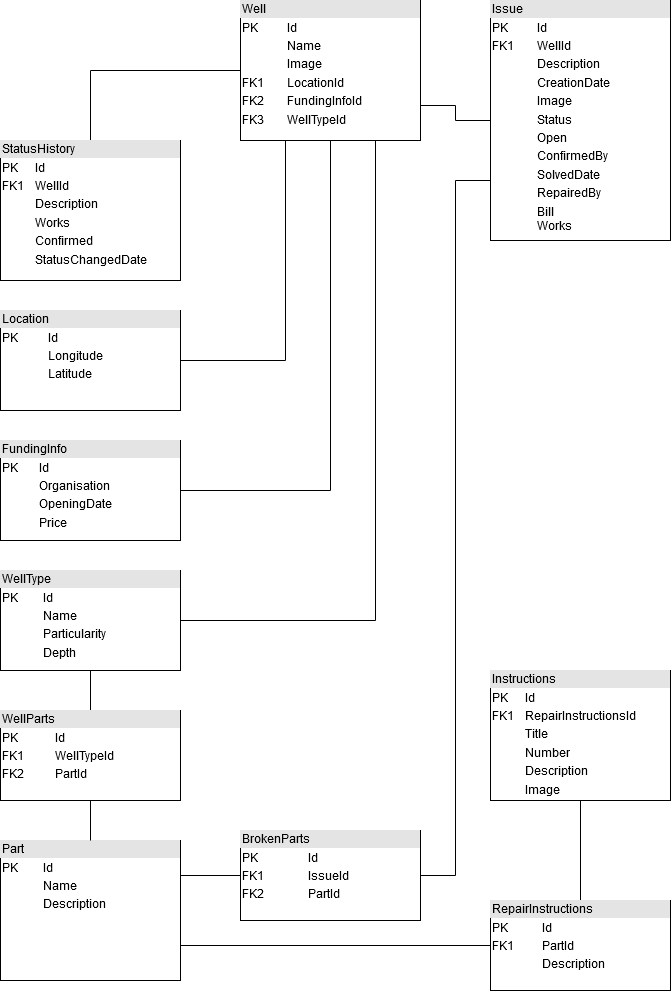
This is docs/data-structure/ERM.png from martinneumann/maph, a draw.io export, as it was before one commit. Source tidied: cells renumbered, new cells last; positions are measured from the earlier drawing's top-left corner, leaving out a move shared by most shapes.
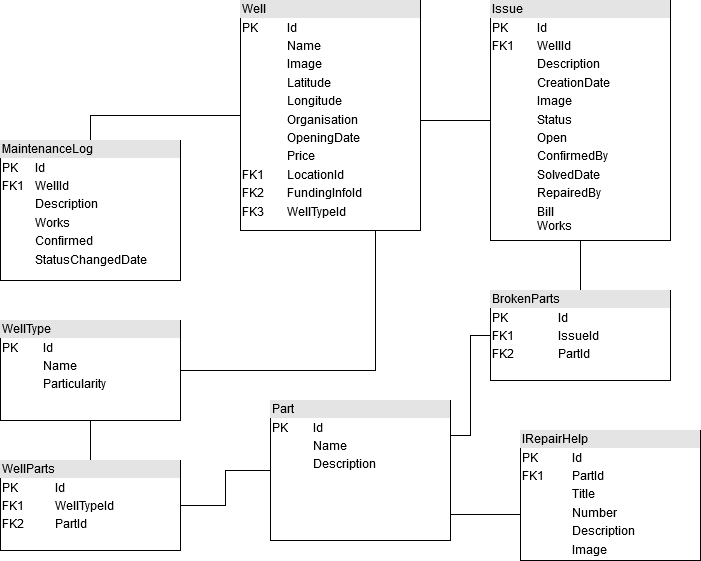
Later version of the same file.

Change to the diagram source:
```diff
@@ -3,75 +3,60 @@
     <mxCell id="0" />
     <mxCell id="1" parent="0" />
     <mxCell id="2" style="edgeStyle=orthogonalEdgeStyle;rounded=0;jettySize=auto;html=1;exitX=1;exitY=0.75;exitDx=0;exitDy=0;entryX=0;entryY=0.5;entryDx=0;entryDy=0;endArrow=none;endFill=0;" parent="1" edge="1" source="7" target="13">
-      <mxGeometry relative="1" as="geometry" />
+      <mxGeometry relative="1" as="geometry">
+        <Array as="points">
+          <mxPoint x="420" y="120" />
+        </Array>
+      </mxGeometry>
     </mxCell>
     <mxCell id="3" style="edgeStyle=orthogonalEdgeStyle;rounded=0;jettySize=auto;html=1;exitX=0;exitY=0.5;exitDx=0;exitDy=0;entryX=0.5;entryY=0;entryDx=0;entryDy=0;endArrow=none;endFill=0;" parent="1" edge="1" source="7" target="21">
       <mxGeometry relative="1" as="geometry" />
     </mxCell>
-    <mxCell id="4" style="edgeStyle=orthogonalEdgeStyle;rounded=0;jettySize=auto;html=1;exitX=0.25;exitY=1;exitDx=0;exitDy=0;entryX=1;entryY=0.5;entryDx=0;entryDy=0;endArrow=none;endFill=0;" parent="1" edge="1" source="7" target="20">
-      <mxGeometry relative="1" as="geometry" />
-    </mxCell>
-    <mxCell id="5" style="edgeStyle=orthogonalEdgeStyle;rounded=0;jettySize=auto;html=1;exitX=0.5;exitY=1;exitDx=0;exitDy=0;entryX=1;entryY=0.5;entryDx=0;entryDy=0;endArrow=none;endFill=0;" parent="1" edge="1" source="7" target="8">
-      <mxGeometry relative="1" as="geometry" />
-    </mxCell>
     <mxCell id="6" style="edgeStyle=orthogonalEdgeStyle;rounded=0;jettySize=auto;html=1;exitX=0.75;exitY=1;exitDx=0;exitDy=0;entryX=1;entryY=0.5;entryDx=0;entryDy=0;endArrow=none;endFill=0;" parent="1" edge="1" source="7" target="10">
       <mxGeometry relative="1" as="geometry" />
     </mxCell>
-    <mxCell id="7" value="&lt;div style=&quot;box-sizing: border-box ; width: 100% ; background: #e4e4e4 ; padding: 2px&quot;&gt;Well&lt;/div&gt;&lt;table style=&quot;width: 100% ; font-size: 1em&quot; cellspacing=&quot;0&quot; cellpadding=&quot;2&quot;&gt;&lt;tbody&gt;&lt;tr&gt;&lt;td&gt;PK&lt;/td&gt;&lt;td&gt;Id&lt;/td&gt;&lt;/tr&gt;&lt;tr&gt;&lt;td&gt;&lt;br&gt;&lt;/td&gt;&lt;td&gt;Name&lt;/td&gt;&lt;/tr&gt;&lt;tr&gt;&lt;td&gt;&lt;br&gt;&lt;/td&gt;&lt;td&gt;Image&lt;br&gt;&lt;/td&gt;&lt;/tr&gt;&lt;tr&gt;&lt;td&gt;FK1&lt;br&gt;&lt;/td&gt;&lt;td&gt;LocationId&lt;br&gt;&lt;/td&gt;&lt;/tr&gt;&lt;tr&gt;&lt;td&gt;FK2&lt;br&gt;&lt;/td&gt;&lt;td&gt;FundingInfoId&lt;br&gt;&lt;/td&gt;&lt;/tr&gt;&lt;tr&gt;&lt;td&gt;FK3&lt;br&gt;&lt;/td&gt;&lt;td&gt;WellTypeId&lt;br&gt;&lt;/td&gt;&lt;/tr&gt;&lt;/tbody&gt;&lt;/table&gt;" style="verticalAlign=top;align=left;overflow=fill;html=1;" parent="1" vertex="1">
-      <mxGeometry x="240" width="180" height="140" as="geometry" />
+    <mxCell id="7" value="&lt;div style=&quot;box-sizing: border-box ; width: 100% ; background: #e4e4e4 ; padding: 2px&quot;&gt;Well&lt;/div&gt;&lt;table style=&quot;width: 100% ; font-size: 1em&quot; cellspacing=&quot;0&quot; cellpadding=&quot;2&quot;&gt;&lt;tbody&gt;&lt;tr&gt;&lt;td&gt;PK&lt;/td&gt;&lt;td&gt;Id&lt;/td&gt;&lt;/tr&gt;&lt;tr&gt;&lt;td&gt;&lt;br&gt;&lt;/td&gt;&lt;td&gt;Name&lt;/td&gt;&lt;/tr&gt;&lt;tr&gt;&lt;td&gt;&lt;br&gt;&lt;/td&gt;&lt;td&gt;Image&lt;br&gt;&lt;/td&gt;&lt;/tr&gt;&lt;tr&gt;&lt;td&gt;&lt;br&gt;&lt;/td&gt;&lt;td&gt;Latitude&lt;br&gt;&lt;/td&gt;&lt;/tr&gt;&lt;tr&gt;&lt;td&gt;&lt;br&gt;&lt;/td&gt;&lt;td&gt;Longitude&lt;br&gt;&lt;/td&gt;&lt;/tr&gt;&lt;tr&gt;&lt;td&gt;&lt;br&gt;&lt;/td&gt;&lt;td&gt;Organisation&lt;br&gt;&lt;/td&gt;&lt;/tr&gt;&lt;tr&gt;&lt;td&gt;&lt;br&gt;&lt;/td&gt;&lt;td&gt;OpeningDate&lt;br&gt;&lt;/td&gt;&lt;/tr&gt;&lt;tr&gt;&lt;td&gt;&lt;br&gt;&lt;/td&gt;&lt;td&gt;Price&lt;br&gt;&lt;/td&gt;&lt;/tr&gt;&lt;tr&gt;&lt;td&gt;FK1&lt;br&gt;&lt;/td&gt;&lt;td&gt;LocationId&lt;br&gt;&lt;/td&gt;&lt;/tr&gt;&lt;tr&gt;&lt;td&gt;FK2&lt;br&gt;&lt;/td&gt;&lt;td&gt;FundingInfoId&lt;br&gt;&lt;/td&gt;&lt;/tr&gt;&lt;tr&gt;&lt;td&gt;FK3&lt;br&gt;&lt;/td&gt;&lt;td&gt;WellTypeId&lt;br&gt;&lt;/td&gt;&lt;/tr&gt;&lt;/tbody&gt;&lt;/table&gt;" style="verticalAlign=top;align=left;overflow=fill;html=1;" parent="1" vertex="1">
+      <mxGeometry x="240" width="180" height="230" as="geometry" />
     </mxCell>
-    <mxCell id="8" value="&lt;div style=&quot;box-sizing: border-box ; width: 100% ; background: #e4e4e4 ; padding: 2px&quot;&gt;FundingInfo&lt;/div&gt;&lt;table style=&quot;width: 100% ; font-size: 1em&quot; cellspacing=&quot;0&quot; cellpadding=&quot;2&quot;&gt;&lt;tbody&gt;&lt;tr&gt;&lt;td&gt;PK&lt;/td&gt;&lt;td&gt;Id&lt;/td&gt;&lt;/tr&gt;&lt;tr&gt;&lt;td&gt;&lt;br&gt;&lt;/td&gt;&lt;td&gt;Organisation&lt;/td&gt;&lt;/tr&gt;&lt;tr&gt;&lt;td&gt;&lt;br&gt;&lt;/td&gt;&lt;td&gt;OpeningDate&lt;/td&gt;&lt;/tr&gt;&lt;tr&gt;&lt;td&gt;&lt;br&gt;&lt;/td&gt;&lt;td&gt;Price&lt;br&gt;&lt;/td&gt;&lt;/tr&gt;&lt;/tbody&gt;&lt;/table&gt;" style="verticalAlign=top;align=left;overflow=fill;html=1;" parent="1" vertex="1">
-      <mxGeometry y="440" width="180" height="100" as="geometry" />
-    </mxCell>
     <mxCell id="9" style="edgeStyle=orthogonalEdgeStyle;rounded=0;jettySize=auto;html=1;exitX=0.5;exitY=1;exitDx=0;exitDy=0;entryX=0.5;entryY=0;entryDx=0;entryDy=0;endArrow=none;endFill=0;" parent="1" edge="1" source="10" target="23">
       <mxGeometry relative="1" as="geometry" />
     </mxCell>
-    <mxCell id="10" value="&lt;div style=&quot;box-sizing: border-box ; width: 100% ; background: #e4e4e4 ; padding: 2px&quot;&gt;WellType&lt;/div&gt;&lt;table style=&quot;width: 100% ; font-size: 1em&quot; cellspacing=&quot;0&quot; cellpadding=&quot;2&quot;&gt;&lt;tbody&gt;&lt;tr&gt;&lt;td&gt;PK&lt;/td&gt;&lt;td&gt;Id&lt;/td&gt;&lt;/tr&gt;&lt;tr&gt;&lt;td&gt;&lt;br&gt;&lt;/td&gt;&lt;td&gt;Name&lt;/td&gt;&lt;/tr&gt;&lt;tr&gt;&lt;td&gt;&lt;br&gt;&lt;/td&gt;&lt;td&gt;Particularity&lt;/td&gt;&lt;/tr&gt;&lt;tr&gt;&lt;td&gt;&lt;br&gt;&lt;/td&gt;&lt;td&gt;Depth&lt;/td&gt;&lt;/tr&gt;&lt;tr&gt;&lt;td&gt;&lt;br&gt;&lt;/td&gt;&lt;td&gt;&lt;br&gt;&lt;/td&gt;&lt;/tr&gt;&lt;/tbody&gt;&lt;/table&gt;" style="verticalAlign=top;align=left;overflow=fill;html=1;" parent="1" vertex="1">
-      <mxGeometry y="570" width="180" height="100" as="geometry" />
+    <mxCell id="10" value="&lt;div style=&quot;box-sizing: border-box ; width: 100% ; background: #e4e4e4 ; padding: 2px&quot;&gt;WellType&lt;/div&gt;&lt;table style=&quot;width: 100% ; font-size: 1em&quot; cellspacing=&quot;0&quot; cellpadding=&quot;2&quot;&gt;&lt;tbody&gt;&lt;tr&gt;&lt;td&gt;PK&lt;/td&gt;&lt;td&gt;Id&lt;/td&gt;&lt;/tr&gt;&lt;tr&gt;&lt;td&gt;&lt;br&gt;&lt;/td&gt;&lt;td&gt;Name&lt;/td&gt;&lt;/tr&gt;&lt;tr&gt;&lt;td&gt;&lt;br&gt;&lt;/td&gt;&lt;td&gt;Particularity&lt;/td&gt;&lt;/tr&gt;&lt;tr&gt;&lt;td&gt;&lt;br&gt;&lt;/td&gt;&lt;td&gt;&lt;br&gt;&lt;/td&gt;&lt;/tr&gt;&lt;/tbody&gt;&lt;/table&gt;" style="verticalAlign=top;align=left;overflow=fill;html=1;" parent="1" vertex="1">
+      <mxGeometry y="320" width="180" height="100" as="geometry" />
     </mxCell>
     <mxCell id="11" style="edgeStyle=orthogonalEdgeStyle;rounded=0;jettySize=auto;html=1;exitX=1;exitY=0.25;exitDx=0;exitDy=0;entryX=0;entryY=0.5;entryDx=0;entryDy=0;endArrow=none;endFill=0;" parent="1" edge="1" source="12" target="15">
       <mxGeometry relative="1" as="geometry" />
     </mxCell>
     <mxCell id="12" value="&lt;div style=&quot;box-sizing: border-box ; width: 100% ; background: #e4e4e4 ; padding: 2px&quot;&gt;Part&lt;/div&gt;&lt;table style=&quot;width: 100% ; font-size: 1em&quot; cellspacing=&quot;0&quot; cellpadding=&quot;2&quot;&gt;&lt;tbody&gt;&lt;tr&gt;&lt;td&gt;PK&lt;/td&gt;&lt;td&gt;Id&lt;/td&gt;&lt;/tr&gt;&lt;tr&gt;&lt;td&gt;&lt;br&gt;&lt;/td&gt;&lt;td&gt;Name&lt;/td&gt;&lt;/tr&gt;&lt;tr&gt;&lt;td&gt;&lt;br&gt;&lt;/td&gt;&lt;td&gt;Description&lt;/td&gt;&lt;/tr&gt;&lt;/tbody&gt;&lt;/table&gt;" style="verticalAlign=top;align=left;overflow=fill;html=1;" parent="1" vertex="1">
-      <mxGeometry y="840" width="180" height="140" as="geometry" />
+      <mxGeometry x="270" y="400" width="180" height="140" as="geometry" />
     </mxCell>
     <mxCell id="13" value="&lt;div style=&quot;box-sizing: border-box ; width: 100% ; background: #e4e4e4 ; padding: 2px&quot;&gt;Issue&lt;/div&gt;&lt;table style=&quot;width: 100% ; font-size: 1em&quot; cellspacing=&quot;0&quot; cellpadding=&quot;2&quot;&gt;&lt;tbody&gt;&lt;tr&gt;&lt;td&gt;PK&lt;/td&gt;&lt;td&gt;Id&lt;/td&gt;&lt;/tr&gt;&lt;tr&gt;&lt;td&gt;FK1&lt;/td&gt;&lt;td&gt;WellId&lt;/td&gt;&lt;/tr&gt;&lt;tr&gt;&lt;td&gt;&lt;br&gt;&lt;/td&gt;&lt;td&gt;Description&lt;/td&gt;&lt;/tr&gt;&lt;tr&gt;&lt;td&gt;&lt;br&gt;&lt;/td&gt;&lt;td&gt;CreationDate&lt;/td&gt;&lt;/tr&gt;&lt;tr&gt;&lt;td&gt;&lt;br&gt;&lt;/td&gt;&lt;td&gt;Image&lt;/td&gt;&lt;/tr&gt;&lt;tr&gt;&lt;td&gt;&lt;br&gt;&lt;/td&gt;&lt;td&gt;Status&lt;/td&gt;&lt;/tr&gt;&lt;tr&gt;&lt;td&gt;&lt;br&gt;&lt;/td&gt;&lt;td&gt;Open&lt;/td&gt;&lt;/tr&gt;&lt;tr&gt;&lt;td&gt;&lt;br&gt;&lt;/td&gt;&lt;td&gt;ConfirmedBy&lt;/td&gt;&lt;/tr&gt;&lt;tr&gt;&lt;td&gt;&lt;br&gt;&lt;/td&gt;&lt;td&gt;SolvedDate&lt;/td&gt;&lt;/tr&gt;&lt;tr&gt;&lt;td&gt;&lt;br&gt;&lt;/td&gt;&lt;td&gt;RepairedBy&lt;/td&gt;&lt;/tr&gt;&lt;tr&gt;&lt;td&gt;&lt;br&gt;&lt;/td&gt;&lt;td&gt;Bill&lt;br&gt;Works&lt;br&gt;&lt;/td&gt;&lt;/tr&gt;&lt;/tbody&gt;&lt;/table&gt;" style="verticalAlign=top;align=left;overflow=fill;html=1;" parent="1" vertex="1">
       <mxGeometry x="490" width="180" height="240" as="geometry" />
     </mxCell>
-    <mxCell id="14" style="edgeStyle=orthogonalEdgeStyle;rounded=0;jettySize=auto;html=1;exitX=1;exitY=0.5;exitDx=0;exitDy=0;entryX=0;entryY=0.75;entryDx=0;entryDy=0;endArrow=none;endFill=0;" parent="1" edge="1" source="15" target="13">
+    <mxCell id="14" style="edgeStyle=orthogonalEdgeStyle;rounded=0;jettySize=auto;html=1;exitX=0.5;exitY=0;exitDx=0;exitDy=0;entryX=0.5;entryY=1;entryDx=0;entryDy=0;endArrow=none;endFill=0;" parent="1" edge="1" source="15" target="13">
       <mxGeometry relative="1" as="geometry" />
     </mxCell>
     <mxCell id="15" value="&lt;div style=&quot;box-sizing: border-box ; width: 100% ; background: #e4e4e4 ; padding: 2px&quot;&gt;BrokenParts&lt;/div&gt;&lt;table style=&quot;width: 100% ; font-size: 1em&quot; cellspacing=&quot;0&quot; cellpadding=&quot;2&quot;&gt;&lt;tbody&gt;&lt;tr&gt;&lt;td&gt;PK&lt;br&gt;&lt;/td&gt;&lt;td&gt;Id&lt;br&gt;&lt;/td&gt;&lt;/tr&gt;&lt;tr&gt;&lt;td&gt;FK1&lt;/td&gt;&lt;td&gt;IssueId&lt;/td&gt;&lt;/tr&gt;&lt;tr&gt;&lt;td&gt;FK2&lt;br&gt;&lt;/td&gt;&lt;td&gt;PartId&lt;br&gt;&lt;/td&gt;&lt;/tr&gt;&lt;/tbody&gt;&lt;/table&gt;" style="verticalAlign=top;align=left;overflow=fill;html=1;" parent="1" vertex="1">
-      <mxGeometry x="240" y="830" width="180" height="90" as="geometry" />
+      <mxGeometry x="490" y="290" width="180" height="90" as="geometry" />
     </mxCell>
-    <mxCell id="16" style="edgeStyle=orthogonalEdgeStyle;rounded=0;jettySize=auto;html=1;exitX=0;exitY=0.5;exitDx=0;exitDy=0;entryX=1;entryY=0.75;entryDx=0;entryDy=0;endArrow=none;endFill=0;" parent="1" edge="1" target="12">
+    <mxCell id="16" style="edgeStyle=orthogonalEdgeStyle;rounded=0;jettySize=auto;html=1;exitX=0;exitY=0.646;exitDx=0;exitDy=0;entryX=1;entryY=0.75;entryDx=0;entryDy=0;endArrow=none;endFill=0;exitPerimeter=0;" parent="1" edge="1" source="19" target="12">
       <mxGeometry relative="1" as="geometry">
-        <mxPoint x="490" y="905" as="sourcePoint" />
         <Array as="points">
-          <mxPoint x="490" y="945" />
+          <mxPoint x="450" y="514" />
         </Array>
       </mxGeometry>
     </mxCell>
-    <mxCell id="17" style="edgeStyle=orthogonalEdgeStyle;rounded=0;jettySize=auto;html=1;exitX=0.5;exitY=0;exitDx=0;exitDy=0;entryX=0.5;entryY=1;entryDx=0;entryDy=0;endArrow=none;endFill=0;" parent="1" edge="1" source="18" target="19">
-      <mxGeometry relative="1" as="geometry" />
-    </mxCell>
-    <mxCell id="18" value="&lt;div style=&quot;box-sizing: border-box ; width: 100% ; background: #e4e4e4 ; padding: 2px&quot;&gt;RepairInstructions&lt;/div&gt;&lt;table style=&quot;width: 100% ; font-size: 1em&quot; cellspacing=&quot;0&quot; cellpadding=&quot;2&quot;&gt;&lt;tbody&gt;&lt;tr&gt;&lt;td&gt;PK&lt;/td&gt;&lt;td&gt;Id&lt;/td&gt;&lt;/tr&gt;&lt;tr&gt;&lt;td&gt;FK1&lt;br&gt;&lt;/td&gt;&lt;td&gt;PartId&lt;br&gt;&lt;/td&gt;&lt;/tr&gt;&lt;tr&gt;&lt;td&gt;&lt;br&gt;&lt;/td&gt;&lt;td&gt;Description&lt;/td&gt;&lt;/tr&gt;&lt;/tbody&gt;&lt;/table&gt;" style="verticalAlign=top;align=left;overflow=fill;html=1;" parent="1" vertex="1">
-      <mxGeometry x="490" y="900" width="180" height="90" as="geometry" />
-    </mxCell>
-    <mxCell id="19" value="&lt;div style=&quot;box-sizing: border-box ; width: 100% ; background: #e4e4e4 ; padding: 2px&quot;&gt;Instructions&lt;/div&gt;&lt;table style=&quot;width: 100% ; font-size: 1em&quot; cellspacing=&quot;0&quot; cellpadding=&quot;2&quot;&gt;&lt;tbody&gt;&lt;tr&gt;&lt;td&gt;PK&lt;/td&gt;&lt;td&gt;Id&lt;/td&gt;&lt;/tr&gt;&lt;tr&gt;&lt;td&gt;FK1&lt;/td&gt;&lt;td&gt;RepairInstructionsId&lt;/td&gt;&lt;/tr&gt;&lt;tr&gt;&lt;td&gt;&lt;br&gt;&lt;/td&gt;&lt;td&gt;Title&lt;/td&gt;&lt;/tr&gt;&lt;tr&gt;&lt;td&gt;&lt;br&gt;&lt;/td&gt;&lt;td&gt;Number&lt;br&gt;&lt;/td&gt;&lt;/tr&gt;&lt;tr&gt;&lt;td&gt;&lt;br&gt;&lt;/td&gt;&lt;td&gt;Description&lt;br&gt;&lt;/td&gt;&lt;/tr&gt;&lt;tr&gt;&lt;td&gt;&lt;br&gt;&lt;/td&gt;&lt;td&gt;Image&lt;br&gt;&lt;/td&gt;&lt;/tr&gt;&lt;/tbody&gt;&lt;/table&gt;" style="verticalAlign=top;align=left;overflow=fill;html=1;" parent="1" vertex="1">
-      <mxGeometry x="490" y="670" width="180" height="130" as="geometry" />
+    <mxCell id="19" value="&lt;div style=&quot;box-sizing: border-box ; width: 100% ; background: #e4e4e4 ; padding: 2px&quot;&gt;IRepairHelp&lt;/div&gt;&lt;table style=&quot;width: 100% ; font-size: 1em&quot; cellspacing=&quot;0&quot; cellpadding=&quot;2&quot;&gt;&lt;tbody&gt;&lt;tr&gt;&lt;td&gt;PK&lt;/td&gt;&lt;td&gt;Id&lt;/td&gt;&lt;/tr&gt;&lt;tr&gt;&lt;td&gt;FK1&lt;/td&gt;&lt;td&gt;PartId&lt;/td&gt;&lt;/tr&gt;&lt;tr&gt;&lt;td&gt;&lt;br&gt;&lt;/td&gt;&lt;td&gt;Title&lt;/td&gt;&lt;/tr&gt;&lt;tr&gt;&lt;td&gt;&lt;br&gt;&lt;/td&gt;&lt;td&gt;Number&lt;br&gt;&lt;/td&gt;&lt;/tr&gt;&lt;tr&gt;&lt;td&gt;&lt;br&gt;&lt;/td&gt;&lt;td&gt;Description&lt;br&gt;&lt;/td&gt;&lt;/tr&gt;&lt;tr&gt;&lt;td&gt;&lt;br&gt;&lt;/td&gt;&lt;td&gt;Image&lt;br&gt;&lt;/td&gt;&lt;/tr&gt;&lt;/tbody&gt;&lt;/table&gt;" style="verticalAlign=top;align=left;overflow=fill;html=1;" parent="1" vertex="1">
+      <mxGeometry x="520" y="430" width="180" height="130" as="geometry" />
     </mxCell>
-    <mxCell id="20" value="&lt;div style=&quot;box-sizing: border-box ; width: 100% ; background: #e4e4e4 ; padding: 2px&quot;&gt;Location&lt;/div&gt;&lt;table style=&quot;width: 100% ; font-size: 1em&quot; cellspacing=&quot;0&quot; cellpadding=&quot;2&quot;&gt;&lt;tbody&gt;&lt;tr&gt;&lt;td&gt;PK&lt;/td&gt;&lt;td&gt;Id&lt;/td&gt;&lt;/tr&gt;&lt;tr&gt;&lt;td&gt;&lt;br&gt;&lt;/td&gt;&lt;td&gt;Longitude&lt;/td&gt;&lt;/tr&gt;&lt;tr&gt;&lt;td&gt;&lt;br&gt;&lt;/td&gt;&lt;td&gt;Latitude&lt;/td&gt;&lt;/tr&gt;&lt;/tbody&gt;&lt;/table&gt;" style="verticalAlign=top;align=left;overflow=fill;html=1;" parent="1" vertex="1">
-      <mxGeometry y="310" width="180" height="100" as="geometry" />
-    </mxCell>
-    <mxCell id="21" value="&lt;div style=&quot;box-sizing: border-box ; width: 100% ; background: #e4e4e4 ; padding: 2px&quot;&gt;StatusHistory&lt;/div&gt;&lt;table style=&quot;width: 100% ; font-size: 1em&quot; cellspacing=&quot;0&quot; cellpadding=&quot;2&quot;&gt;&lt;tbody&gt;&lt;tr&gt;&lt;td&gt;PK&lt;/td&gt;&lt;td&gt;Id&lt;/td&gt;&lt;/tr&gt;&lt;tr&gt;&lt;td&gt;FK1&lt;/td&gt;&lt;td&gt;WellId&lt;/td&gt;&lt;/tr&gt;&lt;tr&gt;&lt;td&gt;&lt;br&gt;&lt;/td&gt;&lt;td&gt;Description&lt;/td&gt;&lt;/tr&gt;&lt;tr&gt;&lt;td&gt;&lt;br&gt;&lt;/td&gt;&lt;td&gt;Works&lt;br&gt;&lt;/td&gt;&lt;/tr&gt;&lt;tr&gt;&lt;td&gt;&lt;br&gt;&lt;/td&gt;&lt;td&gt;Confirmed&lt;br&gt;&lt;/td&gt;&lt;/tr&gt;&lt;tr&gt;&lt;td&gt;&lt;br&gt;&lt;/td&gt;&lt;td&gt;StatusChangedDate&lt;br&gt;&lt;/td&gt;&lt;/tr&gt;&lt;/tbody&gt;&lt;/table&gt;" style="verticalAlign=top;align=left;overflow=fill;html=1;" parent="1" vertex="1">
+    <mxCell id="21" value="&lt;div style=&quot;box-sizing: border-box ; width: 100% ; background: #e4e4e4 ; padding: 2px&quot;&gt;MaintenanceLog&lt;br&gt;&lt;/div&gt;&lt;table style=&quot;width: 100% ; font-size: 1em&quot; cellspacing=&quot;0&quot; cellpadding=&quot;2&quot;&gt;&lt;tbody&gt;&lt;tr&gt;&lt;td&gt;PK&lt;/td&gt;&lt;td&gt;Id&lt;/td&gt;&lt;/tr&gt;&lt;tr&gt;&lt;td&gt;FK1&lt;/td&gt;&lt;td&gt;WellId&lt;/td&gt;&lt;/tr&gt;&lt;tr&gt;&lt;td&gt;&lt;br&gt;&lt;/td&gt;&lt;td&gt;Description&lt;/td&gt;&lt;/tr&gt;&lt;tr&gt;&lt;td&gt;&lt;br&gt;&lt;/td&gt;&lt;td&gt;Works&lt;br&gt;&lt;/td&gt;&lt;/tr&gt;&lt;tr&gt;&lt;td&gt;&lt;br&gt;&lt;/td&gt;&lt;td&gt;Confirmed&lt;br&gt;&lt;/td&gt;&lt;/tr&gt;&lt;tr&gt;&lt;td&gt;&lt;br&gt;&lt;/td&gt;&lt;td&gt;StatusChangedDate&lt;br&gt;&lt;/td&gt;&lt;/tr&gt;&lt;/tbody&gt;&lt;/table&gt;" style="verticalAlign=top;align=left;overflow=fill;html=1;" parent="1" vertex="1">
       <mxGeometry y="140" width="180" height="140" as="geometry" />
     </mxCell>
-    <mxCell id="22" style="edgeStyle=orthogonalEdgeStyle;rounded=0;jettySize=auto;html=1;exitX=0.5;exitY=1;exitDx=0;exitDy=0;entryX=0.5;entryY=0;entryDx=0;entryDy=0;endArrow=none;endFill=0;" parent="1" edge="1" source="23" target="12">
+    <mxCell id="22" style="edgeStyle=orthogonalEdgeStyle;rounded=0;jettySize=auto;html=1;exitX=1;exitY=0.5;exitDx=0;exitDy=0;entryX=0;entryY=0.5;entryDx=0;entryDy=0;endArrow=none;endFill=0;" parent="1" edge="1" source="23" target="12">
       <mxGeometry relative="1" as="geometry" />
     </mxCell>
     <mxCell id="23" value="&lt;div style=&quot;box-sizing: border-box ; width: 100% ; background: #e4e4e4 ; padding: 2px&quot;&gt;WellParts&lt;/div&gt;&lt;table style=&quot;width: 100% ; font-size: 1em&quot; cellspacing=&quot;0&quot; cellpadding=&quot;2&quot;&gt;&lt;tbody&gt;&lt;tr&gt;&lt;td&gt;PK&lt;br&gt;&lt;/td&gt;&lt;td&gt;Id&lt;br&gt;&lt;/td&gt;&lt;/tr&gt;&lt;tr&gt;&lt;td&gt;FK1&lt;/td&gt;&lt;td&gt;WellTypeId&lt;/td&gt;&lt;/tr&gt;&lt;tr&gt;&lt;td&gt;FK2&lt;/td&gt;&lt;td&gt;PartId&lt;/td&gt;&lt;/tr&gt;&lt;tr&gt;&lt;td&gt;&lt;br&gt;&lt;/td&gt;&lt;td&gt;&lt;br&gt;&lt;/td&gt;&lt;/tr&gt;&lt;/tbody&gt;&lt;/table&gt;" style="verticalAlign=top;align=left;overflow=fill;html=1;" parent="1" vertex="1">
-      <mxGeometry y="710" width="180" height="90" as="geometry" />
+      <mxGeometry y="460" width="180" height="90" as="geometry" />
     </mxCell>
   </root>
 </mxGraphModel>
```
